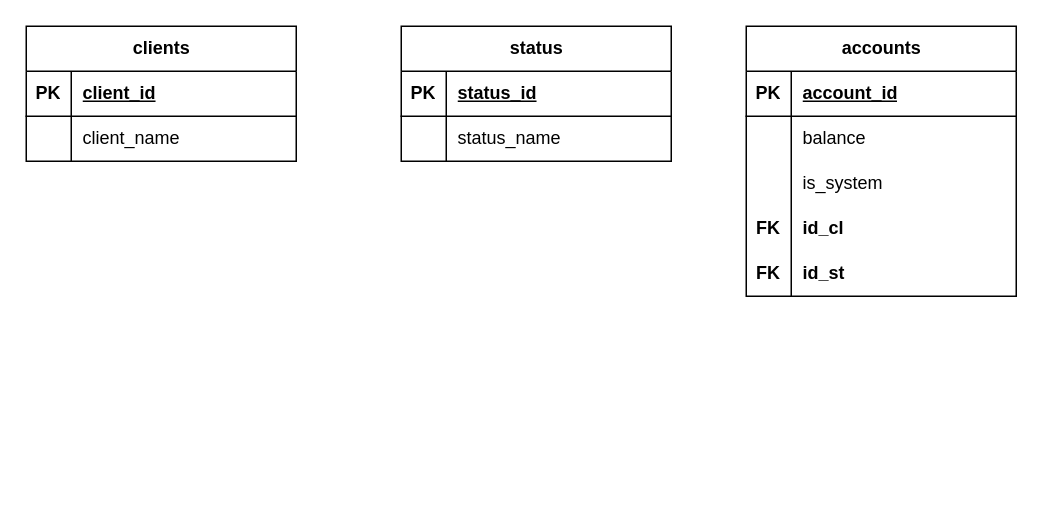
Earlier version of the draw.io diagram diargams/lab 2-2 new.drawio (kostya1962/DataBaseLab). Source tidied: cells renumbered, new cells numbered last; positions are measured from the earlier drawing's top-left corner, leaving out a move shared by most shapes. Both pictures are drawn from the tidied source at 150%, with x=0, y=0 at pixel (26, 26).
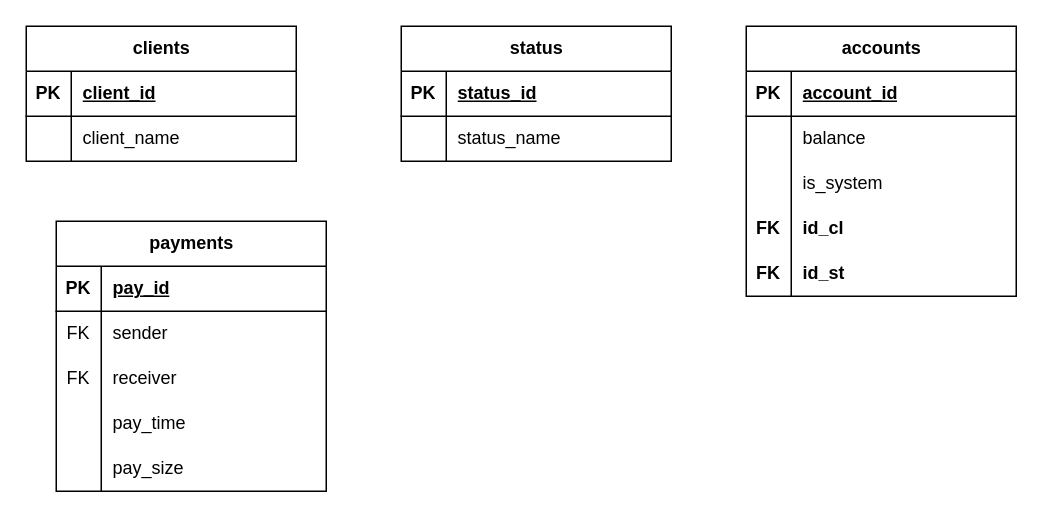
The same diagram, later.

The edit, as a diff of the source:
```diff
@@
+    <mxCell id="32" value="payments" style="shape=table;startSize=30;childLayout=tableLayout;rowLines=0;fontStyle=1;align=center;html=1;" parent="1" vertex="1">
+      <mxGeometry x="20" y="130" width="180" height="180" as="geometry" />
+    </mxCell>
+    <mxCell id="33" style="shape=tableRow;horizontal=0;startSize=0;swimlaneHead=0;swimlaneBody=0;fillColor=none;top=0;left=0;right=0;bottom=1;" parent="32" vertex="1">
+      <mxGeometry y="30" width="180" height="30" as="geometry" />
+    </mxCell>
+    <mxCell id="34" value="PK" style="shape=partialRectangle;fillColor=none;top=0;left=0;bottom=0;right=0;fontStyle=1;overflow=hidden;whiteSpace=wrap;html=1;" parent="33" vertex="1">
+      <mxGeometry width="30" height="30" as="geometry" />
+    </mxCell>
+    <mxCell id="35" value="pay_id" style="shape=partialRectangle;fillColor=none;top=0;left=0;bottom=0;right=0;align=left;spacingLeft=6;fontStyle=5;overflow=hidden;whiteSpace=wrap;html=1;" parent="33" vertex="1">
+      <mxGeometry x="30" width="150" height="30" as="geometry" />
+    </mxCell>
+    <mxCell id="36" style="shape=tableRow;horizontal=0;startSize=0;swimlaneHead=0;swimlaneBody=0;fillColor=none;top=0;left=0;right=0;bottom=0;" parent="32" vertex="1">
+      <mxGeometry y="60" width="180" height="30" as="geometry" />
+    </mxCell>
+    <mxCell id="37" value="FK" style="shape=partialRectangle;fillColor=none;top=0;left=0;bottom=0;right=0;overflow=hidden;whiteSpace=wrap;html=1;" parent="36" vertex="1">
+      <mxGeometry width="30" height="30" as="geometry" />
+    </mxCell>
+    <mxCell id="38" value="sender" style="shape=partialRectangle;fillColor=none;top=0;left=0;bottom=0;right=0;align=left;spacingLeft=6;overflow=hidden;whiteSpace=wrap;html=1;" parent="36" vertex="1">
+      <mxGeometry x="30" width="150" height="30" as="geometry" />
+    </mxCell>
+    <mxCell id="39" style="shape=tableRow;horizontal=0;startSize=0;swimlaneHead=0;swimlaneBody=0;fillColor=none;top=0;left=0;right=0;bottom=0;" parent="32" vertex="1">
+      <mxGeometry y="90" width="180" height="30" as="geometry" />
+    </mxCell>
+    <mxCell id="40" value="FK" style="shape=partialRectangle;fillColor=none;top=0;left=0;bottom=0;right=0;overflow=hidden;whiteSpace=wrap;html=1;" parent="39" vertex="1">
+      <mxGeometry width="30" height="30" as="geometry" />
+    </mxCell>
+    <mxCell id="41" value="receiver" style="shape=partialRectangle;fillColor=none;top=0;left=0;bottom=0;right=0;align=left;spacingLeft=6;overflow=hidden;whiteSpace=wrap;html=1;" parent="39" vertex="1">
+      <mxGeometry x="30" width="150" height="30" as="geometry" />
+    </mxCell>
+    <mxCell id="42" style="shape=tableRow;horizontal=0;startSize=0;swimlaneHead=0;swimlaneBody=0;fillColor=none;top=0;left=0;right=0;bottom=0;" parent="32" vertex="1">
+      <mxGeometry y="120" width="180" height="30" as="geometry" />
+    </mxCell>
+    <mxCell id="43" style="shape=partialRectangle;fillColor=none;top=0;left=0;bottom=0;right=0;overflow=hidden;whiteSpace=wrap;html=1;" parent="42" vertex="1">
+      <mxGeometry width="30" height="30" as="geometry" />
+    </mxCell>
+    <mxCell id="44" value="pay_time" style="shape=partialRectangle;fillColor=none;top=0;left=0;bottom=0;right=0;align=left;spacingLeft=6;overflow=hidden;whiteSpace=wrap;html=1;" parent="42" vertex="1">
+      <mxGeometry x="30" width="150" height="30" as="geometry" />
+    </mxCell>
+    <mxCell id="45" style="shape=tableRow;horizontal=0;startSize=0;swimlaneHead=0;swimlaneBody=0;fillColor=none;top=0;left=0;right=0;bottom=0;" parent="32" vertex="1">
+      <mxGeometry y="150" width="180" height="30" as="geometry" />
+    </mxCell>
+    <mxCell id="46" style="shape=partialRectangle;fillColor=none;top=0;left=0;bottom=0;right=0;overflow=hidden;whiteSpace=wrap;html=1;" parent="45" vertex="1">
+      <mxGeometry width="30" height="30" as="geometry" />
+    </mxCell>
+    <mxCell id="47" value="pay_size" style="shape=partialRectangle;fillColor=none;top=0;left=0;bottom=0;right=0;align=left;spacingLeft=6;overflow=hidden;whiteSpace=wrap;html=1;" parent="45" vertex="1">
+      <mxGeometry x="30" width="150" height="30" as="geometry" />
+    </mxCell>
```
